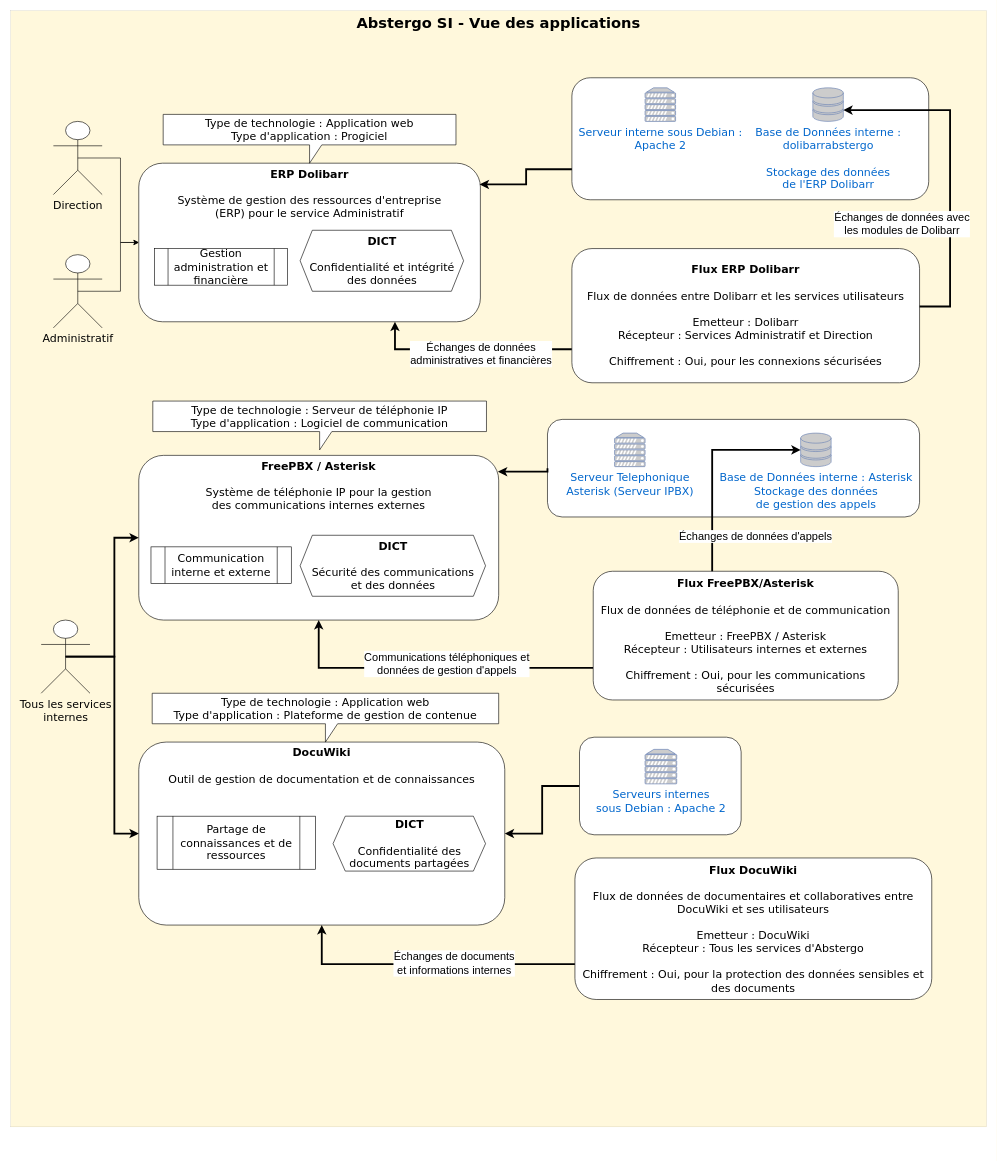
Earlier version of the draw.io diagram Vue applicative.drawio (CharifMah/AbstergoAnimus). Source tidied: cells renumbered, new cells numbered last; positions are measured from the earlier drawing's top-left corner, leaving out a move shared by most shapes. Both pictures are drawn from the tidied source at 61%, with x=0, y=0 at pixel (10, 10).
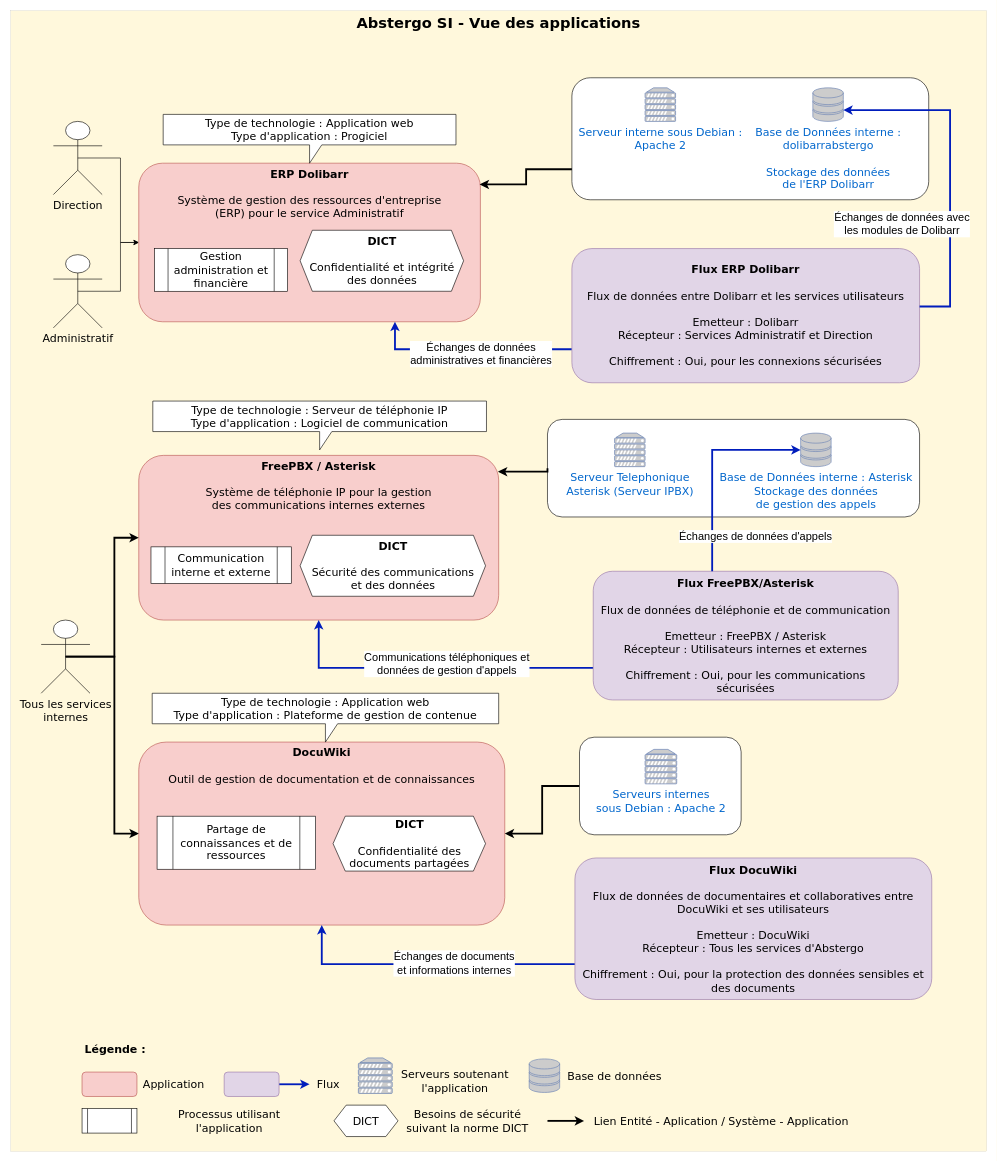
Above is the later version.

Commit message (it also covers changes not shown here):
Mettre à jour Vue applicative.drawio

The change refers to these unchanged cells:
```xml
<mxCell id="20" value="Base de Données interne : Asterisk&lt;br style=&quot;font-size: 18px;&quot;&gt;Stockage des données &lt;br style=&quot;font-size: 18px;&quot;&gt;de gestion des appels" style="fontColor=#0066CC;verticalAlign=top;verticalLabelPosition=bottom;labelPosition=center;align=center;html=1;outlineConnect=0;fillColor=#CCCCCC;strokeColor=#6881B3;gradientColor=none;gradientDirection=north;strokeWidth=2;shape=mxgraph.networks.storage;fontSize=18;fontFamily=Verdana;" parent="1" vertex="1">
  <mxGeometry x="1295" y="692.5" width="50" height="55" as="geometry" />
</mxCell>
<mxCell id="41" value="&lt;font style=&quot;font-size: 18px;&quot;&gt;Base de Données interne : &lt;br style=&quot;font-size: 18px;&quot;&gt;dolibarrabstergo&lt;br style=&quot;font-size: 18px;&quot;&gt;&lt;br style=&quot;font-size: 18px;&quot;&gt;Stockage des données &lt;br&gt;de l'ERP Dolibarr&lt;/font&gt;&lt;font style=&quot;font-size: 18px;&quot;&gt;&lt;br style=&quot;font-size: 18px;&quot;&gt;&lt;/font&gt;" style="fontColor=#0066CC;verticalAlign=top;verticalLabelPosition=bottom;labelPosition=center;align=center;html=1;outlineConnect=0;fillColor=#CCCCCC;strokeColor=#6881B3;gradientColor=none;gradientDirection=north;strokeWidth=2;shape=mxgraph.networks.storage;fontSize=18;fontFamily=Verdana;" parent="1" vertex="1">
  <mxGeometry x="1315" y="126.5" width="50" height="55" as="geometry" />
</mxCell>
```

The edit, as a diff of the source:
```diff
@@
     <mxCell id="2" value="&lt;font size=&quot;1&quot;&gt;&lt;b style=&quot;font-size: 24px;&quot;&gt;Abstergo SI - Vue des applications&lt;/b&gt;&lt;/font&gt;" style="rounded=0;whiteSpace=wrap;html=1;fillColor=#FFF8DC;horizontal=1;verticalAlign=top;strokeWidth=0;fontFamily=Verdana;fontSize=18;" parent="1" vertex="1">
-      <mxGeometry width="1600" height="1830" as="geometry" />
+      <mxGeometry width="1600" height="1870" as="geometry" />
     </mxCell>
-    <mxCell id="3" value="&lt;font style=&quot;font-size: 18px;&quot;&gt;&lt;b style=&quot;font-size: 18px;&quot;&gt;FreePBX / Asterisk&lt;/b&gt;&lt;/font&gt;&lt;font style=&quot;font-size: 18px;&quot;&gt;&lt;br style=&quot;font-size: 18px;&quot;&gt;&lt;br style=&quot;font-size: 18px;&quot;&gt;&lt;/font&gt;&lt;font style=&quot;font-size: 18px;&quot;&gt;Système de téléphonie IP pour la gestion &lt;br style=&quot;font-size: 18px;&quot;&gt;des communications internes externes&lt;/font&gt;" style="rounded=1;whiteSpace=wrap;html=1;verticalAlign=top;fontFamily=Verdana;fontSize=18;" parent="1" vertex="1">
+    <mxCell id="3" value="&lt;font style=&quot;font-size: 18px;&quot;&gt;&lt;b style=&quot;font-size: 18px;&quot;&gt;FreePBX / Asterisk&lt;/b&gt;&lt;/font&gt;&lt;font style=&quot;font-size: 18px;&quot;&gt;&lt;br style=&quot;font-size: 18px;&quot;&gt;&lt;br style=&quot;font-size: 18px;&quot;&gt;&lt;/font&gt;&lt;font style=&quot;font-size: 18px;&quot;&gt;Système de téléphonie IP pour la gestion &lt;br style=&quot;font-size: 18px;&quot;&gt;des communications internes externes&lt;/font&gt;" style="rounded=1;whiteSpace=wrap;html=1;verticalAlign=top;fontFamily=Verdana;fontSize=18;fillColor=#f8cecc;strokeColor=#b85450;" parent="1" vertex="1">
       <mxGeometry x="210" y="729" width="590" height="270" as="geometry" />
     </mxCell>
@@
-    <mxCell id="5" value="&lt;font style=&quot;font-size: 18px;&quot;&gt;&lt;b style=&quot;font-size: 18px;&quot;&gt;ERP Dolibarr&lt;/b&gt;&lt;/font&gt;&lt;font style=&quot;font-size: 18px;&quot;&gt;&lt;br style=&quot;font-size: 18px;&quot;&gt;&lt;br style=&quot;font-size: 18px;&quot;&gt;&lt;/font&gt;&lt;font style=&quot;font-size: 18px;&quot;&gt;Système de gestion des ressources d'entreprise&lt;br style=&quot;font-size: 18px;&quot;&gt;(ERP) pour le service Administratif&lt;/font&gt;" style="rounded=1;whiteSpace=wrap;html=1;verticalAlign=top;fontFamily=Verdana;fontSize=18;" parent="1" vertex="1">
+    <mxCell id="5" value="&lt;font style=&quot;font-size: 18px;&quot;&gt;&lt;b style=&quot;font-size: 18px;&quot;&gt;ERP Dolibarr&lt;/b&gt;&lt;/font&gt;&lt;font style=&quot;font-size: 18px;&quot;&gt;&lt;br style=&quot;font-size: 18px;&quot;&gt;&lt;br style=&quot;font-size: 18px;&quot;&gt;&lt;/font&gt;&lt;font style=&quot;font-size: 18px;&quot;&gt;Système de gestion des ressources d'entreprise&lt;br style=&quot;font-size: 18px;&quot;&gt;(ERP) pour le service Administratif&lt;/font&gt;" style="rounded=1;whiteSpace=wrap;html=1;verticalAlign=top;fontFamily=Verdana;fontSize=18;fillColor=#f8cecc;strokeColor=#b85450;" parent="1" vertex="1">
       <mxGeometry x="210" y="250" width="560" height="260" as="geometry" />
     </mxCell>
-    <mxCell id="6" value="&lt;font style=&quot;font-size: 18px;&quot;&gt;&lt;b style=&quot;font-size: 18px;&quot;&gt;DocuWiki&lt;/b&gt;&lt;/font&gt;&lt;br style=&quot;font-size: 18px;&quot;&gt;&lt;br style=&quot;font-size: 18px;&quot;&gt;&lt;font style=&quot;font-size: 18px;&quot;&gt;Outil de gestion de documentation et de connaissances&lt;/font&gt;" style="rounded=1;whiteSpace=wrap;html=1;verticalAlign=top;fontFamily=Verdana;fontSize=18;" parent="1" vertex="1">
+    <mxCell id="6" value="&lt;font style=&quot;font-size: 18px;&quot;&gt;&lt;b style=&quot;font-size: 18px;&quot;&gt;DocuWiki&lt;/b&gt;&lt;/font&gt;&lt;br style=&quot;font-size: 18px;&quot;&gt;&lt;br style=&quot;font-size: 18px;&quot;&gt;&lt;font style=&quot;font-size: 18px;&quot;&gt;Outil de gestion de documentation et de connaissances&lt;/font&gt;" style="rounded=1;whiteSpace=wrap;html=1;verticalAlign=top;fontFamily=Verdana;fontSize=18;fillColor=#f8cecc;strokeColor=#b85450;" parent="1" vertex="1">
       <mxGeometry x="210" y="1199" width="600" height="300" as="geometry" />
     </mxCell>
@@
     <mxCell id="19" value="&lt;font style=&quot;font-size: 18px;&quot;&gt;Gestion administration et financière&lt;/font&gt;" style="shape=process;whiteSpace=wrap;html=1;backgroundOutline=1;fontFamily=Verdana;fontSize=18;" parent="1" vertex="1">
-      <mxGeometry x="236" y="390" width="218" height="60" as="geometry" />
+      <mxGeometry x="236" y="390" width="218" height="70" as="geometry" />
     </mxCell>
@@
-    <mxCell id="30" style="edgeStyle=orthogonalEdgeStyle;rounded=0;jettySize=auto;html=1;exitX=0;exitY=0.75;exitDx=0;exitDy=0;entryX=0.75;entryY=1;entryDx=0;entryDy=0;strokeWidth=3;" parent="1" edge="1" source="32" target="5">
+    <mxCell id="30" style="edgeStyle=orthogonalEdgeStyle;rounded=0;jettySize=auto;html=1;exitX=0;exitY=0.75;exitDx=0;exitDy=0;entryX=0.75;entryY=1;entryDx=0;entryDy=0;strokeWidth=3;fillColor=#0050ef;strokeColor=#001DBC;" parent="1" edge="1" source="32" target="5">
       <mxGeometry relative="1" as="geometry" />
     </mxCell>
@@
-    <mxCell id="32" value="&lt;font style=&quot;font-size: 18px;&quot;&gt;&lt;b style=&quot;font-size: 18px;&quot;&gt;&lt;font style=&quot;font-size: 18px;&quot;&gt;Flux&lt;/font&gt;&lt;/b&gt;&lt;font style=&quot;font-size: 18px;&quot;&gt;&lt;b style=&quot;font-size: 18px;&quot;&gt; ERP Dolibarr&lt;/b&gt;&lt;/font&gt;&lt;/font&gt;&lt;font style=&quot;font-size: 18px;&quot;&gt;&lt;br style=&quot;font-size: 18px;&quot;&gt;&lt;br style=&quot;font-size: 18px;&quot;&gt;&lt;/font&gt;&lt;font style=&quot;font-size: 18px;&quot;&gt;Flux de données entre Dolibarr et les services utilisateurs&lt;br style=&quot;font-size: 18px;&quot;&gt;&lt;br style=&quot;font-size: 18px;&quot;&gt;Emetteur : Dolibarr&lt;br style=&quot;font-size: 18px;&quot;&gt;Récepteur : Services Administratif et Direction&lt;br style=&quot;font-size: 18px;&quot;&gt;&lt;br style=&quot;font-size: 18px;&quot;&gt;Chiffrement : Oui, pour les connexions sécurisées&lt;/font&gt;" style="rounded=1;whiteSpace=wrap;html=1;fontFamily=Verdana;fontSize=18;" parent="1" vertex="1">
+    <mxCell id="32" value="&lt;font style=&quot;font-size: 18px;&quot;&gt;&lt;b style=&quot;font-size: 18px;&quot;&gt;&lt;font style=&quot;font-size: 18px;&quot;&gt;Flux&lt;/font&gt;&lt;/b&gt;&lt;font style=&quot;font-size: 18px;&quot;&gt;&lt;b style=&quot;font-size: 18px;&quot;&gt; ERP Dolibarr&lt;/b&gt;&lt;/font&gt;&lt;/font&gt;&lt;font style=&quot;font-size: 18px;&quot;&gt;&lt;br style=&quot;font-size: 18px;&quot;&gt;&lt;br style=&quot;font-size: 18px;&quot;&gt;&lt;/font&gt;&lt;font style=&quot;font-size: 18px;&quot;&gt;Flux de données entre Dolibarr et les services utilisateurs&lt;br style=&quot;font-size: 18px;&quot;&gt;&lt;br style=&quot;font-size: 18px;&quot;&gt;Emetteur : Dolibarr&lt;br style=&quot;font-size: 18px;&quot;&gt;Récepteur : Services Administratif et Direction&lt;br style=&quot;font-size: 18px;&quot;&gt;&lt;br style=&quot;font-size: 18px;&quot;&gt;Chiffrement : Oui, pour les connexions sécurisées&lt;/font&gt;" style="rounded=1;whiteSpace=wrap;html=1;fontFamily=Verdana;fontSize=18;fillColor=#e1d5e7;strokeColor=#9673a6;" parent="1" vertex="1">
       <mxGeometry x="920" y="390" width="570" height="220" as="geometry" />
     </mxCell>
-    <mxCell id="33" style="edgeStyle=orthogonalEdgeStyle;rounded=0;jettySize=auto;html=1;exitX=0;exitY=0.75;exitDx=0;exitDy=0;entryX=0.5;entryY=1;entryDx=0;entryDy=0;strokeWidth=3;" parent="1" edge="1" source="35" target="3">
+    <mxCell id="33" style="edgeStyle=orthogonalEdgeStyle;rounded=0;jettySize=auto;html=1;exitX=0;exitY=0.75;exitDx=0;exitDy=0;entryX=0.5;entryY=1;entryDx=0;entryDy=0;strokeWidth=3;fillColor=#0050ef;strokeColor=#001DBC;" parent="1" edge="1" source="35" target="3">
       <mxGeometry relative="1" as="geometry" />
     </mxCell>
@@
-    <mxCell id="35" value="&lt;font style=&quot;font-size: 18px;&quot;&gt;&lt;b style=&quot;font-size: 18px;&quot;&gt;&lt;font style=&quot;font-size: 18px;&quot;&gt;Flux&lt;/font&gt;&lt;/b&gt;&lt;font style=&quot;font-size: 18px;&quot;&gt;&lt;b style=&quot;font-size: 18px;&quot;&gt; FreePBX/Asterisk&lt;/b&gt;&lt;/font&gt;&lt;/font&gt;&lt;font style=&quot;font-size: 18px;&quot;&gt;&lt;br style=&quot;font-size: 18px;&quot;&gt;&lt;br style=&quot;font-size: 18px;&quot;&gt;&lt;/font&gt;&lt;font style=&quot;font-size: 18px;&quot;&gt;Flux de données de téléphonie et de communication&lt;br style=&quot;font-size: 18px;&quot;&gt;&lt;br style=&quot;font-size: 18px;&quot;&gt;Emetteur : FreePBX / Asterisk&lt;br style=&quot;font-size: 18px;&quot;&gt;Récepteur : Utilisateurs internes et externes&lt;br style=&quot;font-size: 18px;&quot;&gt;&lt;br style=&quot;font-size: 18px;&quot;&gt;Chiffrement : Oui, pour les communications &lt;br style=&quot;font-size: 18px;&quot;&gt;sécurisées&lt;/font&gt;" style="rounded=1;whiteSpace=wrap;html=1;fontFamily=Verdana;fontSize=18;" parent="1" vertex="1">
+    <mxCell id="35" value="&lt;font style=&quot;font-size: 18px;&quot;&gt;&lt;b style=&quot;font-size: 18px;&quot;&gt;&lt;font style=&quot;font-size: 18px;&quot;&gt;Flux&lt;/font&gt;&lt;/b&gt;&lt;font style=&quot;font-size: 18px;&quot;&gt;&lt;b style=&quot;font-size: 18px;&quot;&gt; FreePBX/Asterisk&lt;/b&gt;&lt;/font&gt;&lt;/font&gt;&lt;font style=&quot;font-size: 18px;&quot;&gt;&lt;br style=&quot;font-size: 18px;&quot;&gt;&lt;br style=&quot;font-size: 18px;&quot;&gt;&lt;/font&gt;&lt;font style=&quot;font-size: 18px;&quot;&gt;Flux de données de téléphonie et de communication&lt;br style=&quot;font-size: 18px;&quot;&gt;&lt;br style=&quot;font-size: 18px;&quot;&gt;Emetteur : FreePBX / Asterisk&lt;br style=&quot;font-size: 18px;&quot;&gt;Récepteur : Utilisateurs internes et externes&lt;br style=&quot;font-size: 18px;&quot;&gt;&lt;br style=&quot;font-size: 18px;&quot;&gt;Chiffrement : Oui, pour les communications &lt;br style=&quot;font-size: 18px;&quot;&gt;sécurisées&lt;/font&gt;" style="rounded=1;whiteSpace=wrap;html=1;fontFamily=Verdana;fontSize=18;fillColor=#e1d5e7;strokeColor=#9673a6;" parent="1" vertex="1">
       <mxGeometry x="955" y="919" width="500" height="211" as="geometry" />
     </mxCell>
-    <mxCell id="36" style="edgeStyle=orthogonalEdgeStyle;rounded=0;jettySize=auto;html=1;exitX=0;exitY=0.75;exitDx=0;exitDy=0;entryX=0.5;entryY=1;entryDx=0;entryDy=0;strokeWidth=3;" parent="1" edge="1" source="38" target="6">
+    <mxCell id="36" style="edgeStyle=orthogonalEdgeStyle;rounded=0;jettySize=auto;html=1;exitX=0;exitY=0.75;exitDx=0;exitDy=0;entryX=0.5;entryY=1;entryDx=0;entryDy=0;strokeWidth=3;fillColor=#0050ef;strokeColor=#001DBC;" parent="1" edge="1" source="38" target="6">
       <mxGeometry relative="1" as="geometry" />
     </mxCell>
@@
-    <mxCell id="38" value="&lt;font style=&quot;font-size: 18px;&quot;&gt;&lt;b style=&quot;font-size: 18px;&quot;&gt;&lt;font style=&quot;font-size: 18px;&quot;&gt;Flux&lt;/font&gt;&lt;/b&gt;&lt;font style=&quot;font-size: 18px;&quot;&gt;&lt;b style=&quot;font-size: 18px;&quot;&gt; DocuWiki&lt;/b&gt;&lt;/font&gt;&lt;/font&gt;&lt;font style=&quot;font-size: 18px;&quot;&gt;&lt;br style=&quot;font-size: 18px;&quot;&gt;&lt;br style=&quot;font-size: 18px;&quot;&gt;&lt;/font&gt;&lt;font style=&quot;font-size: 18px;&quot;&gt;Flux de données de documentaires et collaboratives entre DocuWiki et ses utilisateurs&lt;br style=&quot;font-size: 18px;&quot;&gt;&lt;br style=&quot;font-size: 18px;&quot;&gt;Emetteur : DocuWiki&lt;br style=&quot;font-size: 18px;&quot;&gt;Récepteur : Tous les services d'Abstergo&lt;br style=&quot;font-size: 18px;&quot;&gt;&lt;br style=&quot;font-size: 18px;&quot;&gt;Chiffrement : Oui, pour la protection des données sensibles et des documents&lt;/font&gt;&lt;font style=&quot;font-size: 18px;&quot;&gt;&lt;br style=&quot;font-size: 18px;&quot;&gt;&lt;/font&gt;" style="rounded=1;whiteSpace=wrap;html=1;fontFamily=Verdana;fontSize=18;" parent="1" vertex="1">
+    <mxCell id="38" value="&lt;font style=&quot;font-size: 18px;&quot;&gt;&lt;b style=&quot;font-size: 18px;&quot;&gt;&lt;font style=&quot;font-size: 18px;&quot;&gt;Flux&lt;/font&gt;&lt;/b&gt;&lt;font style=&quot;font-size: 18px;&quot;&gt;&lt;b style=&quot;font-size: 18px;&quot;&gt; DocuWiki&lt;/b&gt;&lt;/font&gt;&lt;/font&gt;&lt;font style=&quot;font-size: 18px;&quot;&gt;&lt;br style=&quot;font-size: 18px;&quot;&gt;&lt;br style=&quot;font-size: 18px;&quot;&gt;&lt;/font&gt;&lt;font style=&quot;font-size: 18px;&quot;&gt;Flux de données de documentaires et collaboratives entre DocuWiki et ses utilisateurs&lt;br style=&quot;font-size: 18px;&quot;&gt;&lt;br style=&quot;font-size: 18px;&quot;&gt;Emetteur : DocuWiki&lt;br style=&quot;font-size: 18px;&quot;&gt;Récepteur : Tous les services d'Abstergo&lt;br style=&quot;font-size: 18px;&quot;&gt;&lt;br style=&quot;font-size: 18px;&quot;&gt;Chiffrement : Oui, pour la protection des données sensibles et des documents&lt;/font&gt;&lt;font style=&quot;font-size: 18px;&quot;&gt;&lt;br style=&quot;font-size: 18px;&quot;&gt;&lt;/font&gt;" style="rounded=1;whiteSpace=wrap;html=1;fontFamily=Verdana;fontSize=18;fillColor=#e1d5e7;strokeColor=#9673a6;" parent="1" vertex="1">
       <mxGeometry x="925" y="1389" width="585" height="232" as="geometry" />
     </mxCell>
@@
-    <mxCell id="42" style="edgeStyle=orthogonalEdgeStyle;rounded=0;jettySize=auto;html=1;strokeWidth=3;" parent="1" edge="1" source="32" target="41">
+    <mxCell id="42" style="edgeStyle=orthogonalEdgeStyle;rounded=0;jettySize=auto;html=1;strokeWidth=3;fillColor=#0050ef;strokeColor=#001DBC;" parent="1" edge="1" source="32" target="41">
       <mxGeometry relative="1" as="geometry">
         <Array as="points">
           <mxPoint x="1540" y="485" />
           <mxPoint x="1540" y="163" />
         </Array>
       </mxGeometry>
     </mxCell>
@@
-    <mxCell id="44" style="edgeStyle=orthogonalEdgeStyle;rounded=0;jettySize=auto;html=1;entryX=0;entryY=0.5;entryDx=0;entryDy=0;entryPerimeter=0;strokeWidth=3;" parent="1" edge="1" source="35" target="20">
+    <mxCell id="44" style="edgeStyle=orthogonalEdgeStyle;rounded=0;jettySize=auto;html=1;entryX=0;entryY=0.5;entryDx=0;entryDy=0;entryPerimeter=0;strokeWidth=3;fillColor=#0050ef;strokeColor=#001DBC;" parent="1" edge="1" source="35" target="20">
       <mxGeometry relative="1" as="geometry">
         <Array as="points">
           <mxPoint x="1150" y="720" />
         </Array>
       </mxGeometry>
     </mxCell>
@@
+    <mxCell id="46" style="shape=process;whiteSpace=wrap;html=1;backgroundOutline=1;" parent="1" vertex="1">
+      <mxGeometry x="117" y="1800" width="90" height="40" as="geometry" />
+    </mxCell>
+    <mxCell id="47" value="&lt;font face=&quot;Verdana&quot; style=&quot;font-size: 18px;&quot;&gt;Processus&lt;/font&gt;&lt;font face=&quot;Verdana&quot; style=&quot;font-size: 18px;&quot;&gt; utilisant&lt;/font&gt;&lt;font face=&quot;lA-If8TTaBsMsZdjLZzc&quot; style=&quot;font-size: 18px;&quot;&gt; &lt;/font&gt;&lt;font face=&quot;Verdana&quot; style=&quot;font-size: 18px;&quot;&gt;l'application&lt;/font&gt;" style="text;html=1;strokeColor=none;fillColor=none;align=center;verticalAlign=middle;whiteSpace=wrap;rounded=0;" parent="1" vertex="1">
+      <mxGeometry x="217" y="1805" width="283" height="30" as="geometry" />
+    </mxCell>
+    <mxCell id="48" style="rounded=1;whiteSpace=wrap;html=1;fillColor=#f8cecc;strokeColor=#b85450;" parent="1" vertex="1">
+      <mxGeometry x="117" y="1740" width="90" height="40" as="geometry" />
+    </mxCell>
+    <mxCell id="49" value="&lt;font style=&quot;font-size: 18px;&quot; face=&quot;Verdana&quot;&gt;Application&lt;/font&gt;" style="text;html=1;strokeColor=none;fillColor=none;align=center;verticalAlign=middle;whiteSpace=wrap;rounded=0;" parent="1" vertex="1">
+      <mxGeometry x="215.5" y="1745" width="103" height="30" as="geometry" />
+    </mxCell>
+    <mxCell id="50" value="&lt;font style=&quot;font-size: 18px;&quot; face=&quot;Verdana&quot;&gt;DICT&lt;/font&gt;" style="shape=hexagon;perimeter=hexagonPerimeter2;whiteSpace=wrap;html=1;fixedSize=1;" parent="1" vertex="1">
+      <mxGeometry x="530" y="1794.2" width="105" height="51.5" as="geometry" />
+    </mxCell>
+    <mxCell id="51" value="&lt;font style=&quot;font-size: 18px;&quot; face=&quot;Verdana&quot;&gt;Besoins de sécurité suivant la norme DICT&lt;/font&gt;" style="text;html=1;strokeColor=none;fillColor=none;align=center;verticalAlign=middle;whiteSpace=wrap;rounded=0;" parent="1" vertex="1">
+      <mxGeometry x="635" y="1805" width="227.5" height="30" as="geometry" />
+    </mxCell>
+    <mxCell id="52" style="edgeStyle=orthogonalEdgeStyle;rounded=0;jettySize=auto;html=1;strokeWidth=3;fillColor=#0050ef;strokeColor=#001DBC;" parent="1" edge="1" source="53">
+      <mxGeometry relative="1" as="geometry">
+        <mxPoint x="490" y="1760" as="targetPoint" />
+      </mxGeometry>
+    </mxCell>
+    <mxCell id="53" style="rounded=1;whiteSpace=wrap;html=1;fillColor=#e1d5e7;strokeColor=#9673a6;" parent="1" vertex="1">
+      <mxGeometry x="350" y="1740" width="90" height="40" as="geometry" />
+    </mxCell>
+    <mxCell id="54" value="&lt;font style=&quot;font-size: 18px;&quot; face=&quot;Verdana&quot;&gt;Flux&lt;/font&gt;" style="text;html=1;strokeColor=none;fillColor=none;align=center;verticalAlign=middle;whiteSpace=wrap;rounded=0;" parent="1" vertex="1">
+      <mxGeometry x="500" y="1745" width="41.5" height="30" as="geometry" />
+    </mxCell>
+    <mxCell id="55" style="fontColor=#0066CC;verticalAlign=top;verticalLabelPosition=bottom;labelPosition=center;align=center;html=1;fillColor=#CCCCCC;strokeColor=#6881B3;gradientColor=none;gradientDirection=north;strokeWidth=2;shape=mxgraph.networks.server;fontSize=18;fontFamily=Verdana;" parent="1" vertex="1">
+      <mxGeometry x="570" y="1716.8" width="55.5" height="58.2" as="geometry" />
+    </mxCell>
+    <mxCell id="56" value="&lt;font style=&quot;font-size: 18px;&quot; face=&quot;Verdana&quot;&gt;Serveurs soutenant l'application&lt;/font&gt;" style="text;html=1;strokeColor=none;fillColor=none;align=center;verticalAlign=middle;whiteSpace=wrap;rounded=0;" parent="1" vertex="1">
+      <mxGeometry x="625.5" y="1740" width="205" height="30" as="geometry" />
+    </mxCell>
+    <mxCell id="57" style="fontColor=#0066CC;verticalAlign=top;verticalLabelPosition=bottom;labelPosition=center;align=center;html=1;fillColor=#CCCCCC;strokeColor=#6881B3;gradientColor=none;gradientDirection=north;strokeWidth=2;shape=mxgraph.networks.storage;fontSize=18;fontFamily=Verdana;" parent="1" vertex="1">
+      <mxGeometry x="850" y="1718.4" width="50" height="55" as="geometry" />
+    </mxCell>
+    <mxCell id="58" value="&lt;font style=&quot;font-size: 18px;&quot; face=&quot;Verdana&quot;&gt;Base de données&lt;/font&gt;" style="text;html=1;strokeColor=none;fillColor=none;align=center;verticalAlign=middle;whiteSpace=wrap;rounded=0;" parent="1" vertex="1">
+      <mxGeometry x="910" y="1730.9" width="160" height="30" as="geometry" />
+    </mxCell>
+    <mxCell id="59" style="endArrow=classic;html=1;rounded=0;strokeWidth=3;" parent="1" edge="1">
+      <mxGeometry relative="1" as="geometry">
+        <mxPoint x="880" y="1820" as="sourcePoint" />
+        <mxPoint x="940" y="1820" as="targetPoint" />
+      </mxGeometry>
+    </mxCell>
+    <mxCell id="60" value="&lt;font style=&quot;font-size: 18px;&quot; face=&quot;Verdana&quot;&gt;Lien Entité - Aplication / Système - Application&lt;/font&gt;" style="text;html=1;strokeColor=none;fillColor=none;align=center;verticalAlign=middle;whiteSpace=wrap;rounded=0;" parent="1" vertex="1">
+      <mxGeometry x="940" y="1805" width="450" height="30" as="geometry" />
+    </mxCell>
+    <mxCell id="61" value="&lt;font style=&quot;font-size: 18px;&quot; face=&quot;Verdana&quot;&gt;&lt;b&gt;Légende :&lt;/b&gt;&lt;/font&gt;" style="text;html=1;strokeColor=none;fillColor=none;align=center;verticalAlign=middle;whiteSpace=wrap;rounded=0;" parent="1" vertex="1">
+      <mxGeometry x="110" y="1686.8" width="123" height="30" as="geometry" />
+    </mxCell>
```
